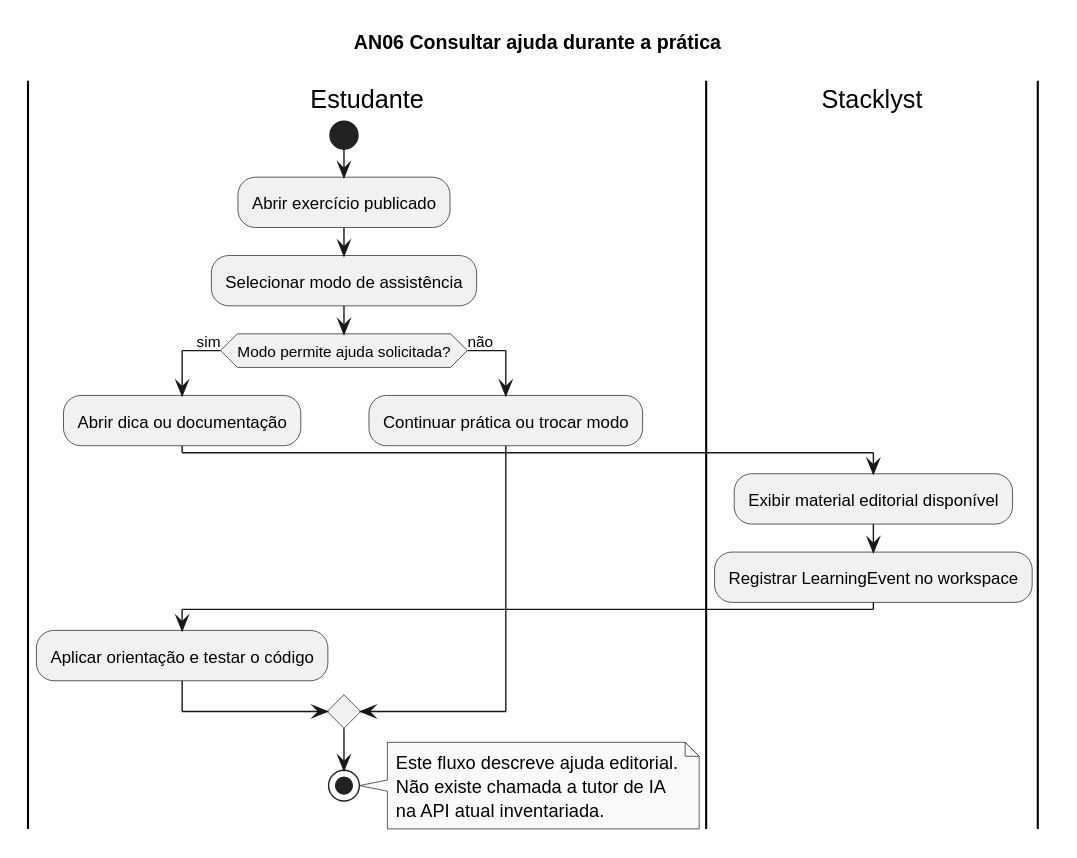
This is docs/laboratorio-engenharia-software/diagramas/imagens/AN06-consultar-ajuda.svg from pedrotescaro/Stacklyst, a PlantUML export, as it was before one commit.
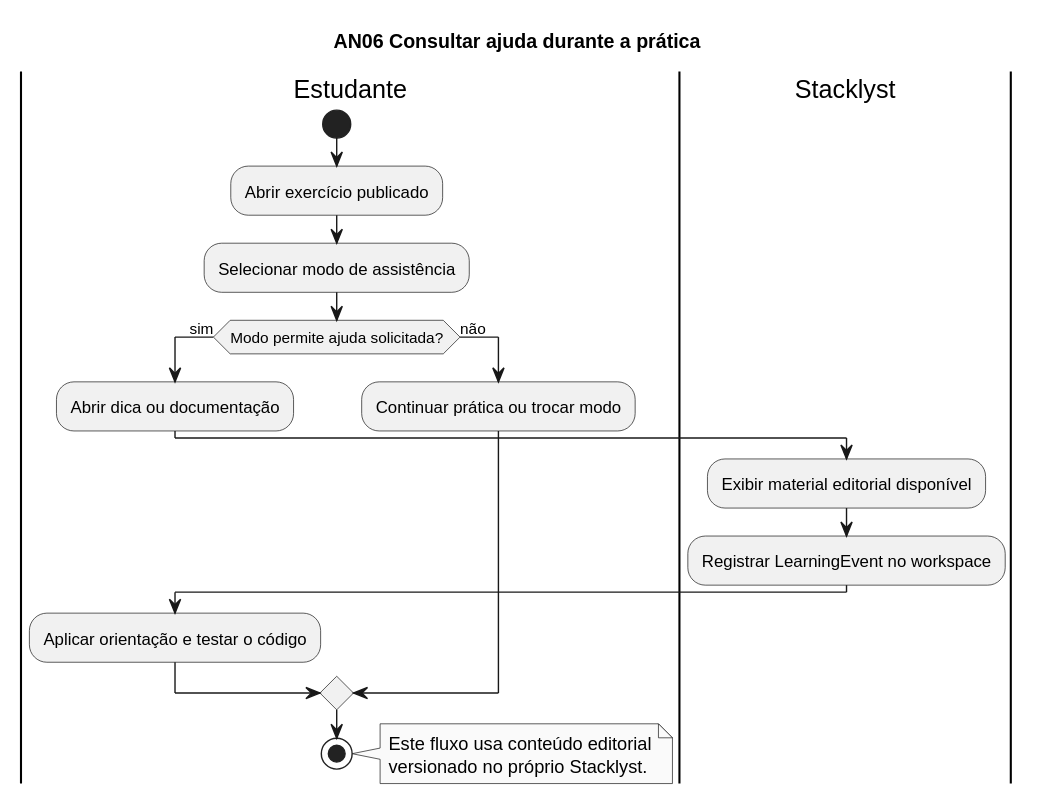
The same diagram one commit later.

Commit message:
Update Stacklyst engineering documents

Change to the diagram source:
```diff
@@ -18,8 +18,7 @@
 endif
 stop
 note right
-  Este fluxo descreve ajuda editorial.
-  Não existe chamada a tutor de IA
-  na API atual inventariada.
+  Este fluxo usa conteúdo editorial
+  versionado no próprio Stacklyst.
 end note
 @enduml
```
